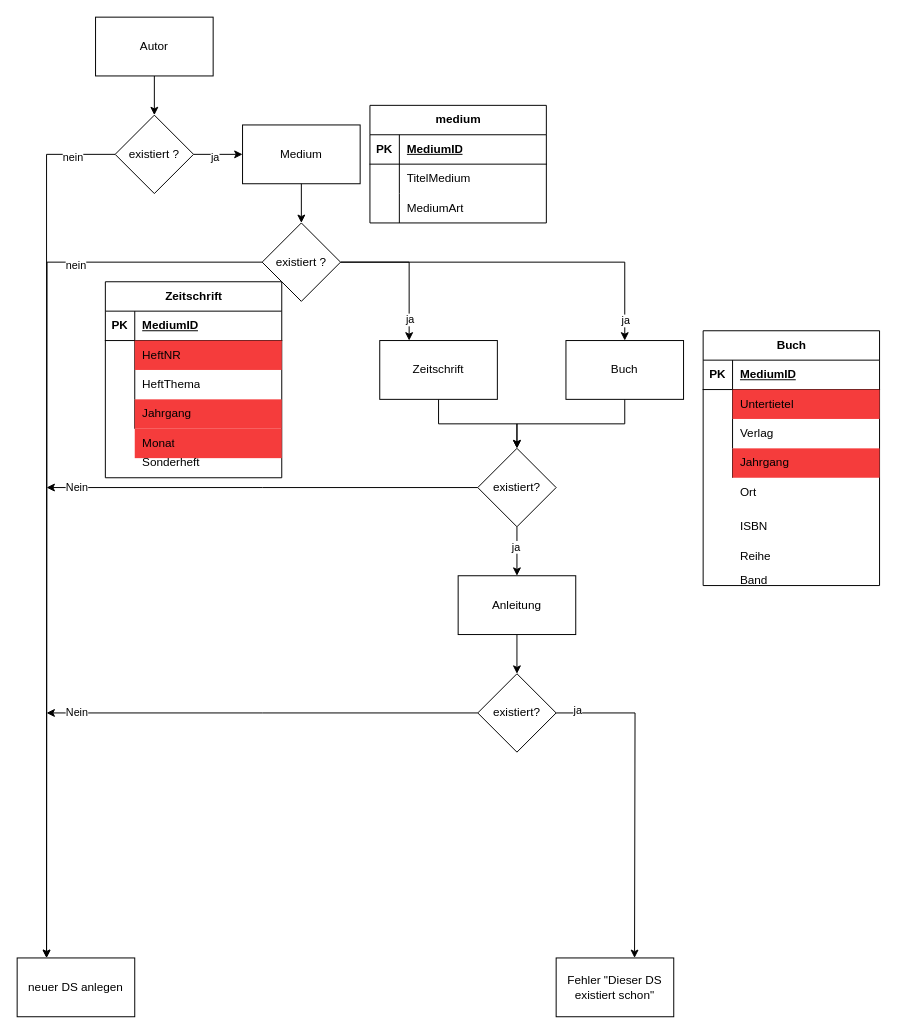
JMi-B/HandArbeitenAnleitungenDB keeps this draw.io diagram as docu/grafischeModelierung/EntscheidungsbaumExistiertDSTabellen.drawio. Above is the earlier version. Source tidied: cells renumbered, new cells numbered last; positions are measured from the earlier drawing's top-left corner, leaving out a move shared by most shapes. Both pictures are drawn from the tidied source at 98%, with x=0, y=0 at pixel (17, 17).
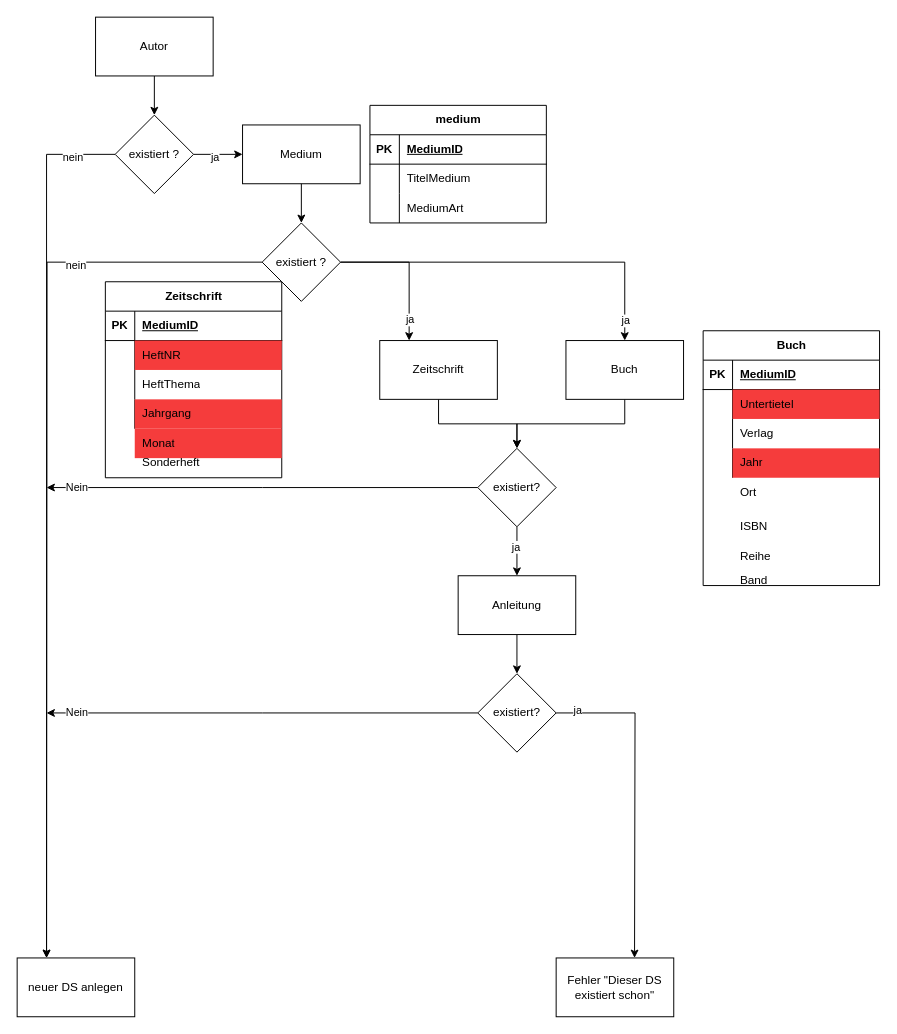
The same diagram, later.

The change refers to these unchanged cells:
```xml
<mxCell id="75" style="shape=tableRow;horizontal=0;startSize=0;swimlaneHead=0;swimlaneBody=0;fillColor=none;top=0;left=0;right=0;bottom=0;" parent="65" vertex="1">
  <mxGeometry y="120" width="180" height="30" as="geometry" />
</mxCell>
```

Diff of the diagram source:
```diff
@@
-    <mxCell id="77" value="Jahrgang" style="shape=partialRectangle;fillColor=light-dark(#F53C3C,#EDEDED);top=0;left=0;bottom=0;right=0;align=left;spacingLeft=6;overflow=hidden;whiteSpace=wrap;html=1;" parent="75" vertex="1">
+    <mxCell id="77" value="Jahr" style="shape=partialRectangle;fillColor=light-dark(#F53C3C,#EDEDED);top=0;left=0;bottom=0;right=0;align=left;spacingLeft=6;overflow=hidden;whiteSpace=wrap;html=1;" parent="75" vertex="1">
       <mxGeometry x="30" width="150" height="30" as="geometry" />
     </mxCell>
```
